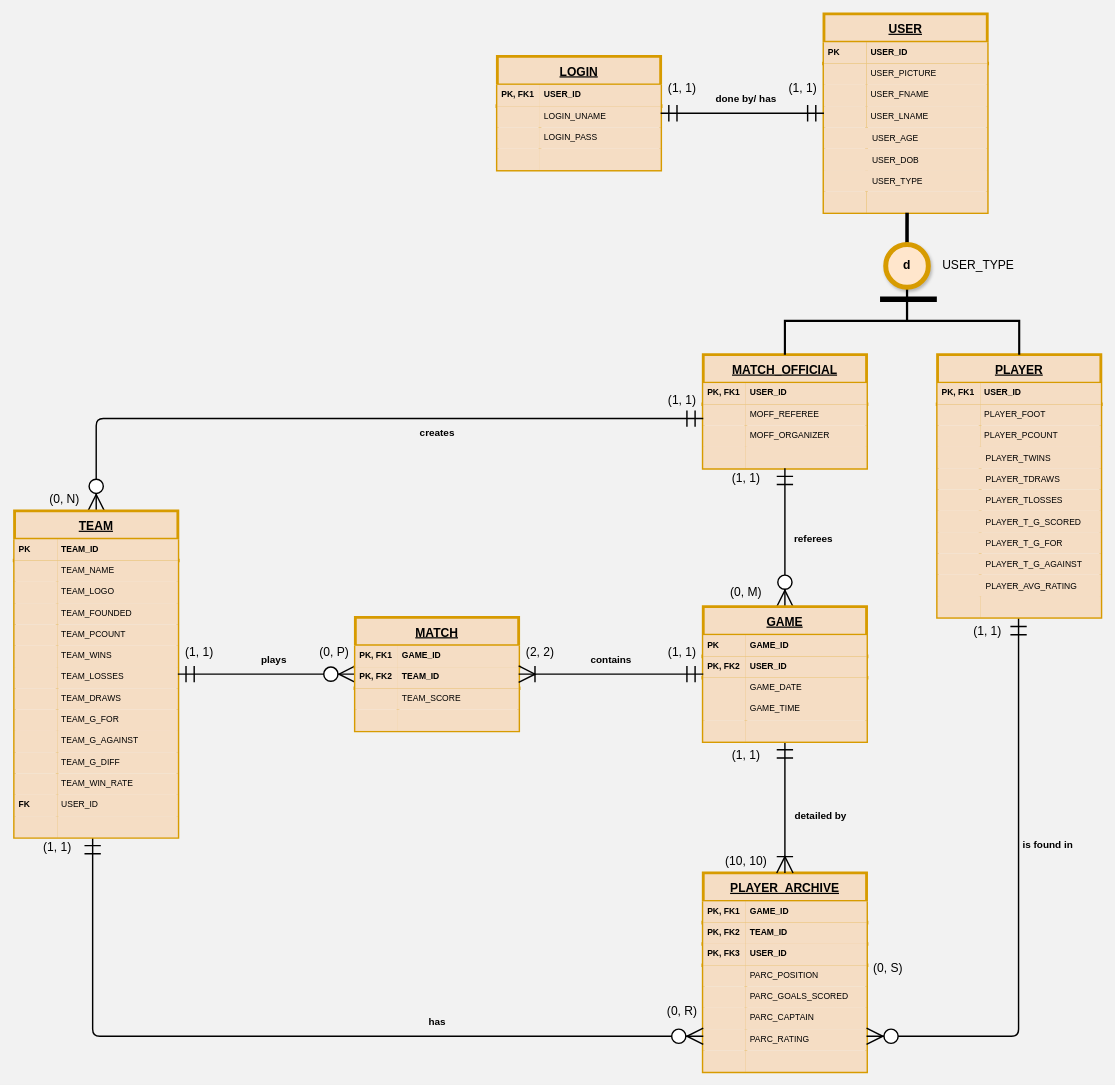
This is ASM ERD -  Final Draft - part 2.drawio from moose918/ASM, a draw.io file, before an edit. Source tidied: cells renumbered, new cells numbered last; positions are measured from the earlier drawing's top-left corner, leaving out a move shared by most shapes. Both pictures are drawn from the tidied source at 71%, with x=0, y=0 at pixel (14, 13).
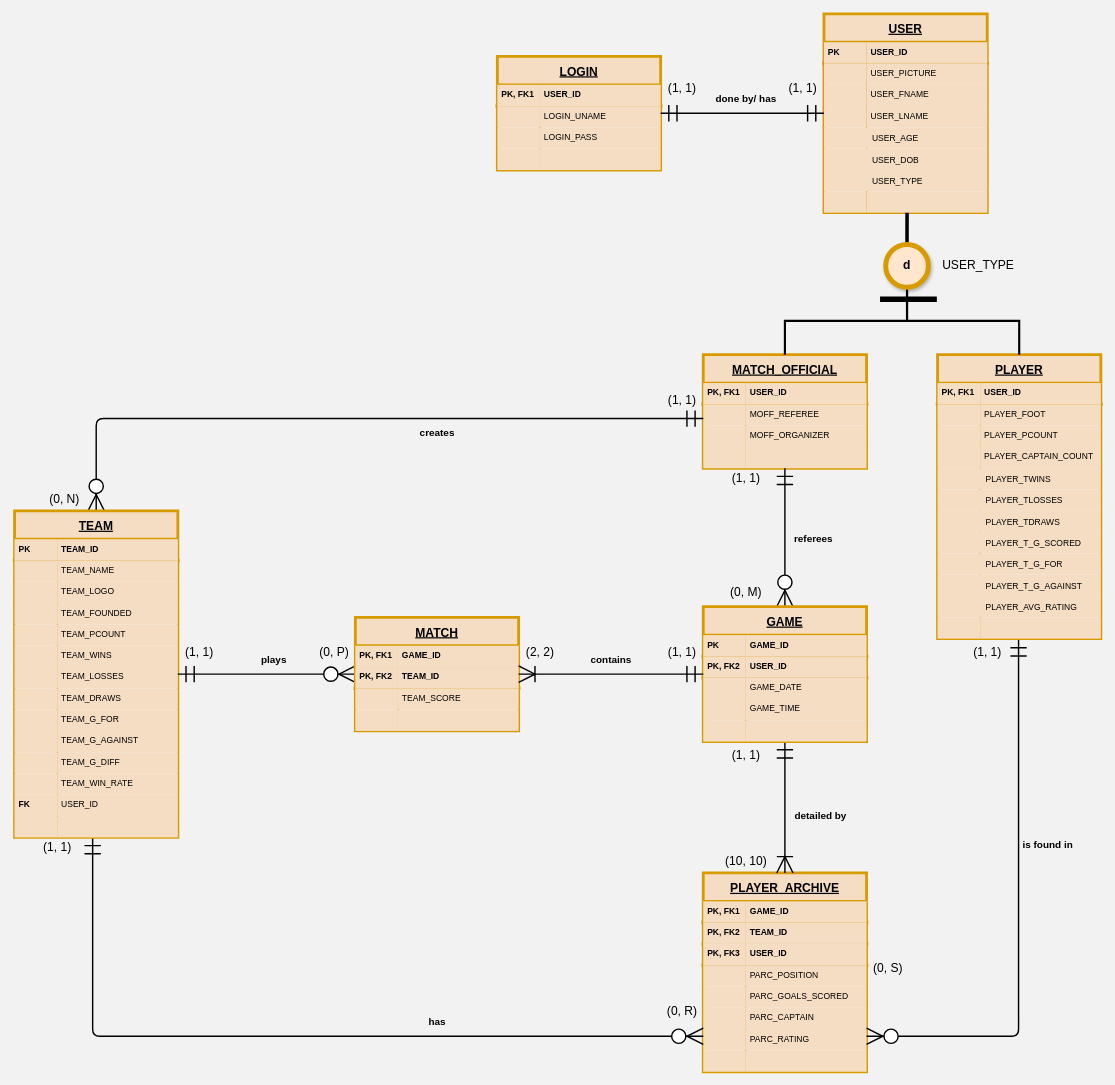
After the change.

The edit, as a diff of the source:
```diff
@@
     <mxCell id="44" value="PLAYER" style="shape=table;childLayout=tableLayout;rowLines=0;align=center;fontSize=17;fillColor=#F5DDC4;strokeColor=#d79b00;verticalAlign=middle;spacingLeft=4;spacingRight=4;fontStyle=5;strokeWidth=4;startSize=40;shadow=0;" parent="1" vertex="1">
-      <mxGeometry x="1300" y="480" width="230" height="370" as="geometry" />
+      <mxGeometry x="1300" y="480" width="230" height="400" as="geometry" />
     </mxCell>
@@
+    <mxCell id="227" style="shape=partialRectangle;fillColor=none;top=0;left=0;bottom=0;right=0;" parent="44" vertex="1">
+      <mxGeometry y="130" width="230" height="30" as="geometry" />
+    </mxCell>
+    <mxCell id="228" style="shape=partialRectangle;fillColor=#F5DDC4;top=0;left=0;bottom=0;right=0;overflow=hidden;align=left;verticalAlign=top;strokeColor=#d79b00;spacingLeft=4;spacingRight=4;" parent="227" vertex="1">
+      <mxGeometry width="60" height="30" as="geometry" />
+    </mxCell>
+    <mxCell id="229" value="PLAYER_CAPTAIN_COUNT" style="shape=partialRectangle;fillColor=#F5DDC4;top=0;left=0;bottom=0;right=0;align=left;spacingLeft=4;overflow=hidden;verticalAlign=top;strokeColor=#d79b00;spacingRight=4;shadow=0;" parent="227" vertex="1">
+      <mxGeometry x="60" width="170" height="30" as="geometry" />
+    </mxCell>
     <mxCell id="54" style="shape=partialRectangle;fillColor=#F5DDC4;top=0;left=0;bottom=0;right=0;fontSize=12;strokeColor=#d79b00;align=left;fontStyle=1;verticalAlign=top;spacingLeft=4;spacingRight=4;" parent="44" vertex="1">
-      <mxGeometry y="130" width="230" height="30" as="geometry" />
+      <mxGeometry y="160" width="230" height="30" as="geometry" />
     </mxCell>
@@
+    <mxCell id="60" style="shape=partialRectangle;fillColor=#F5DDC4;top=0;left=0;bottom=0;right=0;fontSize=12;strokeColor=#d79b00;align=left;fontStyle=1;verticalAlign=top;spacingLeft=4;spacingRight=4;" parent="44" vertex="1">
+      <mxGeometry y="190" width="230" height="30" as="geometry" />
+    </mxCell>
+    <mxCell id="61" style="shape=partialRectangle;fillColor=none;top=0;left=0;bottom=0;right=0;overflow=hidden;" parent="60" vertex="1">
+      <mxGeometry width="60" height="30" as="geometry" />
+    </mxCell>
+    <mxCell id="62" value="PLAYER_TLOSSES" style="shape=partialRectangle;fillColor=none;top=0;left=0;bottom=0;right=0;align=left;spacingLeft=6;overflow=hidden;" parent="60" vertex="1">
+      <mxGeometry x="60" width="170" height="30" as="geometry" />
+    </mxCell>
     <mxCell id="57" style="shape=partialRectangle;fillColor=#F5DDC4;top=0;left=0;bottom=0;right=0;fontSize=12;strokeColor=#d79b00;align=left;fontStyle=1;verticalAlign=top;spacingLeft=4;spacingRight=4;" parent="44" vertex="1">
-      <mxGeometry y="160" width="230" height="30" as="geometry" />
+      <mxGeometry y="220" width="230" height="30" as="geometry" />
     </mxCell>
@@
-    <mxCell id="60" style="shape=partialRectangle;fillColor=#F5DDC4;top=0;left=0;bottom=0;right=0;fontSize=12;strokeColor=#d79b00;align=left;fontStyle=1;verticalAlign=top;spacingLeft=4;spacingRight=4;" parent="44" vertex="1">
-      <mxGeometry y="190" width="230" height="30" as="geometry" />
-    </mxCell>
-    <mxCell id="61" style="shape=partialRectangle;fillColor=none;top=0;left=0;bottom=0;right=0;overflow=hidden;" parent="60" vertex="1">
-      <mxGeometry width="60" height="30" as="geometry" />
-    </mxCell>
-    <mxCell id="62" value="PLAYER_TLOSSES" style="shape=partialRectangle;fillColor=none;top=0;left=0;bottom=0;right=0;align=left;spacingLeft=6;overflow=hidden;" parent="60" vertex="1">
-      <mxGeometry x="60" width="170" height="30" as="geometry" />
-    </mxCell>
     <mxCell id="63" style="shape=partialRectangle;fillColor=#F5DDC4;top=0;left=0;bottom=0;right=0;fontSize=12;strokeColor=#d79b00;align=left;fontStyle=1;verticalAlign=top;spacingLeft=4;spacingRight=4;" parent="44" vertex="1">
-      <mxGeometry y="220" width="230" height="30" as="geometry" />
+      <mxGeometry y="250" width="230" height="30" as="geometry" />
     </mxCell>
@@
     <mxCell id="66" style="shape=partialRectangle;fillColor=#F5DDC4;top=0;left=0;bottom=0;right=0;fontSize=12;strokeColor=#d79b00;align=left;fontStyle=1;verticalAlign=top;spacingLeft=4;spacingRight=4;" parent="44" vertex="1">
-      <mxGeometry y="250" width="230" height="30" as="geometry" />
+      <mxGeometry y="280" width="230" height="30" as="geometry" />
     </mxCell>
@@
     <mxCell id="69" style="shape=partialRectangle;fillColor=#F5DDC4;top=0;left=0;bottom=0;right=0;fontSize=12;strokeColor=#d79b00;align=left;fontStyle=1;verticalAlign=top;spacingLeft=4;spacingRight=4;" parent="44" vertex="1">
-      <mxGeometry y="280" width="230" height="30" as="geometry" />
+      <mxGeometry y="310" width="230" height="30" as="geometry" />
     </mxCell>
@@
-    <mxCell id="72" style="shape=partialRectangle;fillColor=#F5DDC4;top=0;left=0;bottom=0;right=0;fontSize=12;strokeColor=#d79b00;align=left;fontStyle=1;verticalAlign=top;spacingLeft=4;spacingRight=4;" parent="44" vertex="1">
-      <mxGeometry y="310" width="230" height="30" as="geometry" />
-    </mxCell>
+    <mxCell id="230" style="shape=partialRectangle;fillColor=#F5DDC4;top=0;left=0;bottom=0;right=0;fontSize=12;strokeColor=#d79b00;align=left;fontStyle=1;verticalAlign=top;spacingLeft=4;spacingRight=4;" parent="44" vertex="1">
+      <mxGeometry y="340" width="230" height="30" as="geometry" />
+    </mxCell>
-    <mxCell id="73" style="shape=partialRectangle;fillColor=none;top=0;left=0;bottom=0;right=0;overflow=hidden;" parent="72" vertex="1">
+    <mxCell id="73" style="shape=partialRectangle;fillColor=none;top=0;left=0;bottom=0;right=0;overflow=hidden;" parent="230" vertex="1">
       <mxGeometry width="60" height="30" as="geometry" />
     </mxCell>
-    <mxCell id="74" value="PLAYER_AVG_RATING" style="shape=partialRectangle;fillColor=none;top=0;left=0;bottom=0;right=0;align=left;spacingLeft=6;overflow=hidden;" parent="72" vertex="1">
+    <mxCell id="74" value="PLAYER_AVG_RATING" style="shape=partialRectangle;fillColor=none;top=0;left=0;bottom=0;right=0;align=left;spacingLeft=6;overflow=hidden;" parent="230" vertex="1">
       <mxGeometry x="60" width="170" height="30" as="geometry" />
     </mxCell>
     <mxCell id="75" style="shape=partialRectangle;fillColor=none;top=0;left=0;bottom=0;right=0;points=[[0,0.5],[1,0.5]];portConstraint=eastwest;" parent="44" vertex="1">
-      <mxGeometry y="340" width="230" height="30" as="geometry" />
+      <mxGeometry y="370" width="230" height="30" as="geometry" />
     </mxCell>
@@
     <mxCell id="86" value="(1, 1)" style="text;html=1;align=center;verticalAlign=middle;strokeColor=none;fontSize=17;" parent="1" vertex="1">
-      <mxGeometry x="1340" y="855" width="60" height="30" as="geometry" />
+      <mxGeometry x="1340" y="885" width="60" height="30" as="geometry" />
     </mxCell>
```
